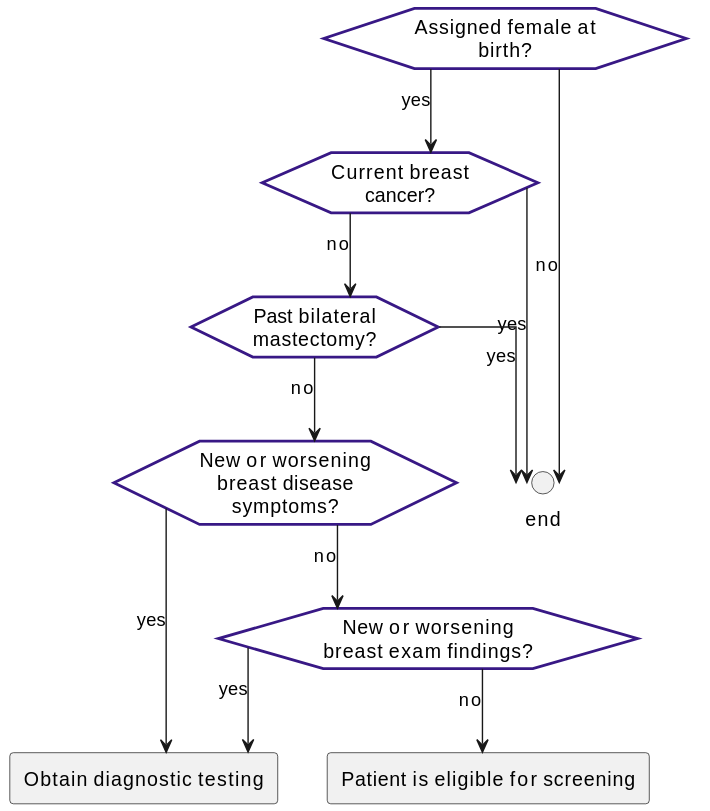
Above: images/flow-ScreeningEligible.svg in ccsm-cds-tools/CDC-Breast-Cancer-Screening-CDS-L2 (PlantUML), before the change.
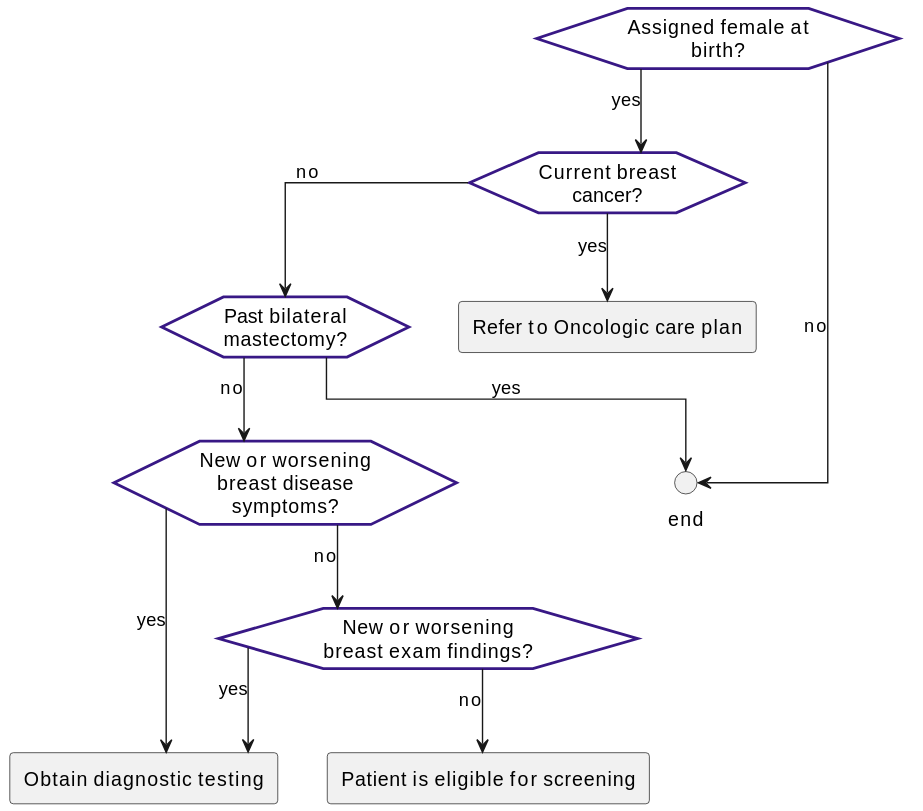
The same diagram one commit later.

Diff of the diagram source:
```diff
@@ -20,12 +20,13 @@
 hexagon "New or worsening breast disease symptoms?" as eve_breastsymptoms [[#eve-breastsymptoms]]
 hexagon "New or worsening breast exam findings?" as eve_breastfindings [[#eve-breastfindings]]
 circle "end" as end_noteligible <<end>>
+rectangle "Refer to Oncologic care plan" as act_noteligiblebreastcancer [[#act-noteligiblebreastcancer]]
 rectangle "Obtain diagnostic testing" as act_dxtesting [[#act-dxtesting]]
 rectangle "Patient is eligible for screening" as act_eligible [[#act-eligible]]
 eve_female-->eve_breastca: yes
 eve_female-->end_noteligible: no
 eve_breastca-->eve_mastectomy: no
-eve_breastca-->end_noteligible: yes
+eve_breastca-->act_noteligiblebreastcancer: yes
 eve_mastectomy-->eve_breastsymptoms: no
 eve_mastectomy-->end_noteligible: yes
 eve_breastsymptoms-->act_dxtesting: yes
```
